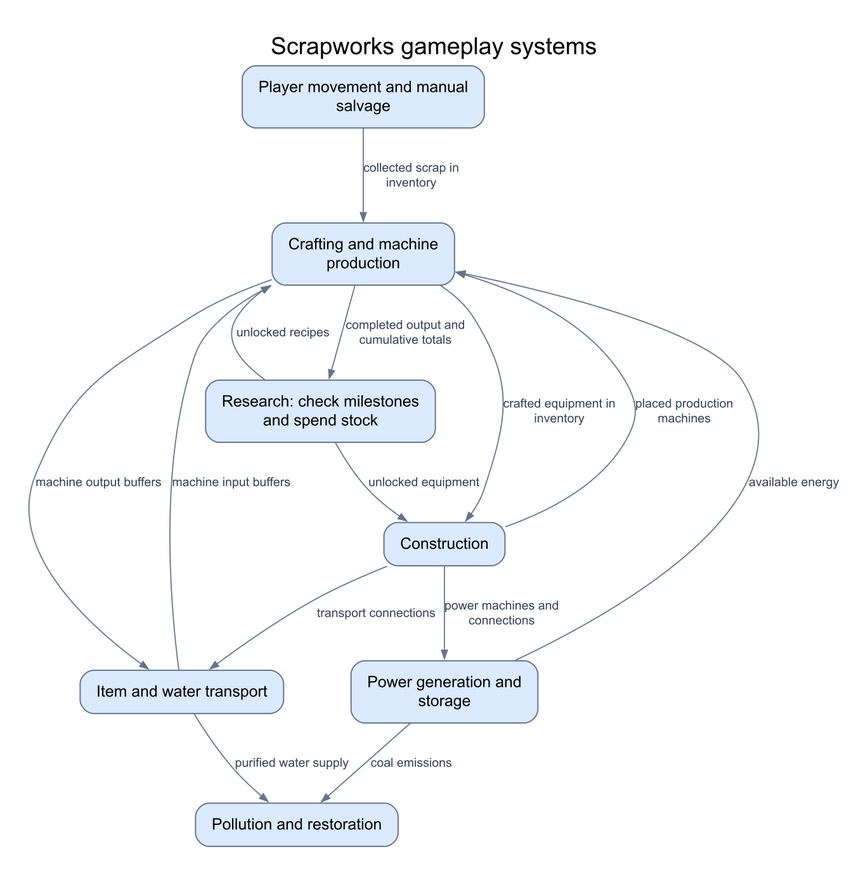
This is docs/diagrams/gameplay-interactions.png from Googlproxer/Scrapworks, a Mermaid export, as it was before one commit. Its source is kept beside it as docs/diagrams/src/gameplay-interactions.mmd.
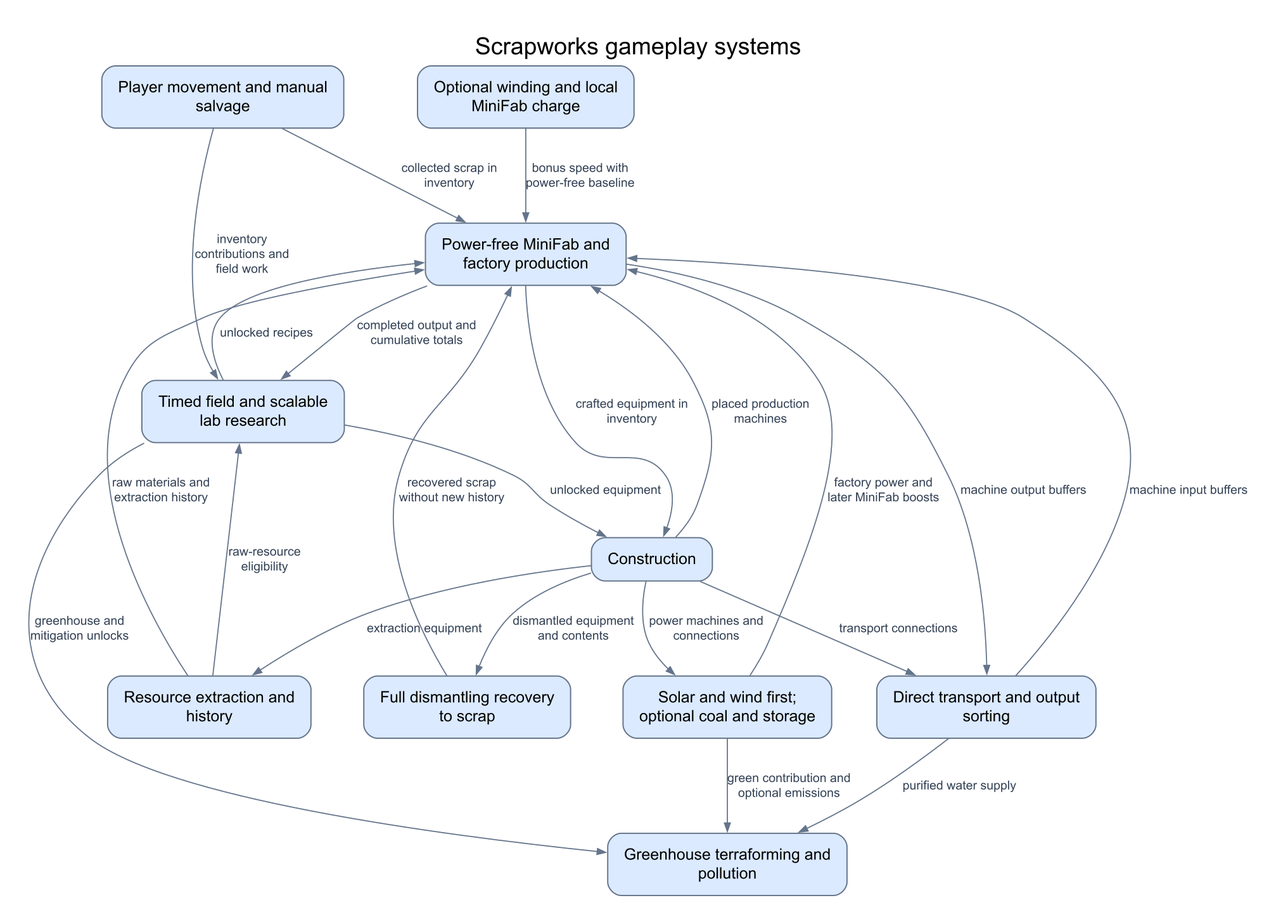
After the change.

The edit, as a diff of the source:
```diff
@@ -1,22 +1,33 @@
 flowchart TB
     Player[Player movement and manual salvage]
-    Production[Crafting and machine production]
-    Research[Research: check milestones and spend stock]
+    Production[Power-free MiniFab and factory production]
+    Research[Timed field and scalable lab research]
     Construction[Construction]
-    Transport[Item and water transport]
-    Power[Power generation and storage]
-    Environment[Pollution and restoration]
+    Transport[Direct transport and output sorting]
+    Power[Solar and wind first; optional coal and storage]
+    Environment[Greenhouse terraforming and pollution]
+    Extraction[Resource extraction and history]
+    Recovery[Full dismantling recovery to scrap]
+    Winding[Optional winding and local MiniFab charge]
 
     Player -->|collected scrap in inventory| Production
+    Player -->|inventory contributions and field work| Research
+    Extraction -->|raw materials and extraction history| Production
+    Extraction -->|raw-resource eligibility| Research
     Production -->|completed output and cumulative totals| Research
     Research -->|unlocked recipes| Production
     Research -->|unlocked equipment| Construction
     Production -->|crafted equipment in inventory| Construction
     Construction -->|placed production machines| Production
+    Construction -->|extraction equipment| Extraction
     Construction -->|transport connections| Transport
     Construction -->|power machines and connections| Power
     Transport -->|machine input buffers| Production
     Production -->|machine output buffers| Transport
-    Power -->|available energy| Production
-    Power -->|coal emissions| Environment
+    Power -->|factory power and later MiniFab boosts| Production
+    Winding -->|bonus speed with power-free baseline| Production
+    Power -->|green contribution and optional emissions| Environment
+    Research -->|greenhouse and mitigation unlocks| Environment
     Transport -->|purified water supply| Environment
+    Construction -->|dismantled equipment and contents| Recovery
+    Recovery -->|recovered scrap without new history| Production
```
